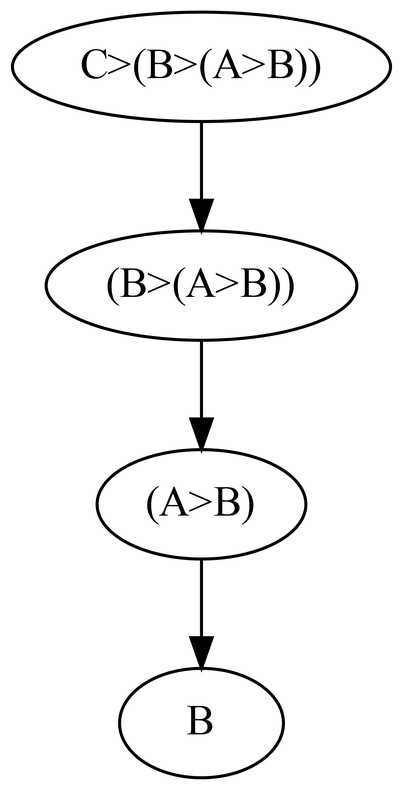
This is tree.png from LilitNahapetyan/Kalmars_Proof, a Graphviz export, as it was before one commit. Its source is kept beside it as tree.dot.
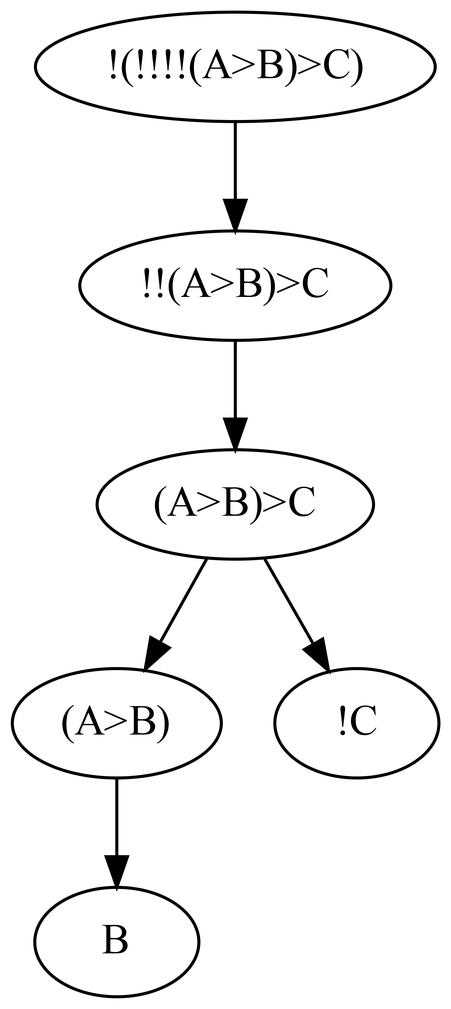
Later version of the same file.

The edit, as a diff of the source:
```diff
@@ -1,9 +1,13 @@
 digraph G {
-"C>(B>(A>B))" [label="C>(B>(A>B))"];
-"C>(B>(A>B))" -> "(B>(A>B))";
-"(B>(A>B))" [label="(B>(A>B))"];
-"(B>(A>B))" -> "(A>B)";
+"!(!!!!(A>B)>C)" [label="!(!!!!(A>B)>C)"];
+"!(!!!!(A>B)>C)" -> "!!(A>B)>C";
+"!!(A>B)>C" [label="!!(A>B)>C"];
+"!!(A>B)>C" -> "(A>B)>C";
+"(A>B)>C" [label="(A>B)>C"];
+"(A>B)>C" -> "(A>B)";
 "(A>B)" [label="(A>B)"];
 "(A>B)" -> "B";
 "B" [label="B"];
+"(A>B)>C" -> "!C";
+"!C" [label="!C"];
 }
```
